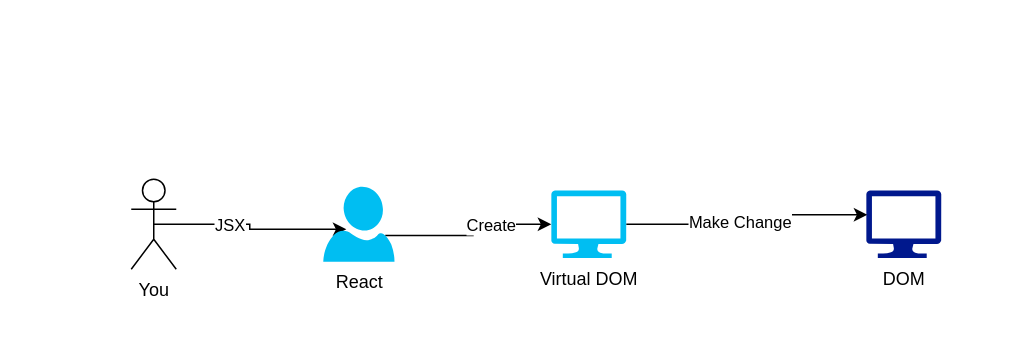
The draw.io diagram page "Page-1" (1 of 2) of Lecture/src/T15_react/diagram/react.drawio in nnnpooh/software-dev-2564-2, before the edit. Source tidied: cells renumbered, new cells numbered last; positions are measured from the earlier drawing's top-left corner, leaving out a move shared by most shapes. Both pictures are drawn from the tidied source at 150%, with x=0, y=0 at pixel (130, 178).
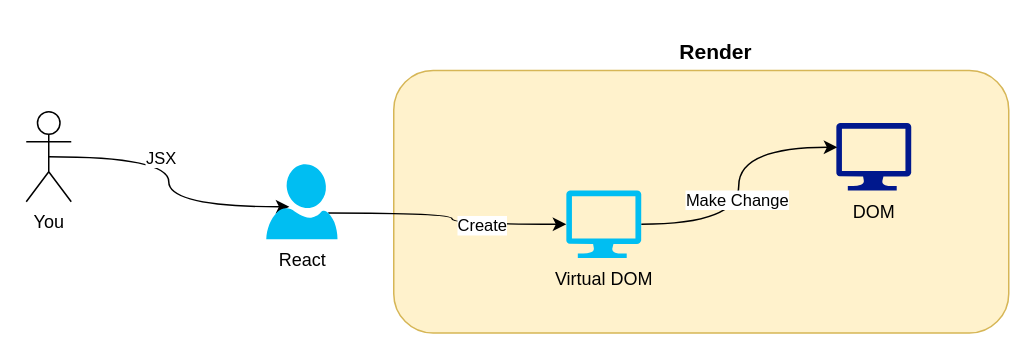
After the change.

Change to the diagram source:
```diff
@@
 <mxGraphModel>
   <root>
     <mxCell id="0" />
     <mxCell id="1" parent="0" />
+    <mxCell id="12" style="rounded=1;whiteSpace=wrap;html=1;fillColor=#fff2cc;strokeColor=#d6b656;" parent="1" vertex="1">
+      <mxGeometry x="175" y="-72.5" width="410" height="175" as="geometry" />
+    </mxCell>
-    <mxCell id="2" style="edgeStyle=orthogonalEdgeStyle;rounded=0;jettySize=auto;html=1;exitX=0.5;exitY=0.5;exitDx=0;exitDy=0;exitPerimeter=0;entryX=0.324;entryY=0.567;entryDx=0;entryDy=0;entryPerimeter=0;" parent="1" edge="1" source="4" target="8">
+    <mxCell id="2" style="rounded=0;jettySize=auto;html=1;exitX=0.5;exitY=0.5;exitDx=0;exitDy=0;exitPerimeter=0;entryX=0.324;entryY=0.567;entryDx=0;entryDy=0;entryPerimeter=0;strokeColor=default;edgeStyle=orthogonalEdgeStyle;curved=1;" parent="1" edge="1" source="4" target="8">
       <mxGeometry relative="1" as="geometry" />
     </mxCell>
     <mxCell id="3" value="JSX" style="edgeLabel;html=1;align=center;verticalAlign=middle;" parent="2" vertex="1">
       <mxGeometry x="-0.24" relative="1" as="geometry" />
     </mxCell>
     <mxCell id="4" value="You" style="shape=umlActor;verticalLabelPosition=bottom;verticalAlign=top;html=1;outlineConnect=0;" parent="1" vertex="1">
-      <mxGeometry width="30" height="60" as="geometry" />
+      <mxGeometry x="-70" y="-45" width="30" height="60" as="geometry" />
     </mxCell>
     <mxCell id="5" value="DOM&lt;br&gt;" style="sketch=0;shadow=0;dashed=0;html=1;strokeColor=none;labelPosition=center;verticalLabelPosition=bottom;verticalAlign=top;align=center;fillColor=#00188D;shape=mxgraph.azure.computer;" parent="1" vertex="1">
-      <mxGeometry x="490" y="7.5" width="50" height="45" as="geometry" />
+      <mxGeometry x="470" y="-37.5" width="50" height="45" as="geometry" />
     </mxCell>
-    <mxCell id="6" style="edgeStyle=orthogonalEdgeStyle;rounded=0;jettySize=auto;html=1;exitX=0.87;exitY=0.65;exitDx=0;exitDy=0;exitPerimeter=0;entryX=0;entryY=0.5;entryDx=0;entryDy=0;entryPerimeter=0;" parent="1" edge="1" source="8" target="11">
+    <mxCell id="6" style="edgeStyle=orthogonalEdgeStyle;rounded=0;jettySize=auto;html=1;exitX=0.87;exitY=0.65;exitDx=0;exitDy=0;exitPerimeter=0;entryX=0;entryY=0.5;entryDx=0;entryDy=0;entryPerimeter=0;curved=1;" parent="1" edge="1" source="8" target="11">
       <mxGeometry relative="1" as="geometry" />
     </mxCell>
     <mxCell id="7" value="Create" style="edgeLabel;html=1;align=center;verticalAlign=middle;" parent="6" vertex="1">
       <mxGeometry x="0.32" relative="1" as="geometry" />
     </mxCell>
     <mxCell id="8" value="React" style="verticalLabelPosition=bottom;html=1;verticalAlign=top;align=center;strokeColor=none;fillColor=#00BEF2;shape=mxgraph.azure.user;" parent="1" vertex="1">
-      <mxGeometry x="128" y="5" width="47.5" height="50" as="geometry" />
+      <mxGeometry x="90" y="-10" width="47.5" height="50" as="geometry" />
     </mxCell>
-    <mxCell id="9" style="edgeStyle=orthogonalEdgeStyle;rounded=0;jettySize=auto;html=1;exitX=1;exitY=0.5;exitDx=0;exitDy=0;exitPerimeter=0;entryX=0.014;entryY=0.359;entryDx=0;entryDy=0;entryPerimeter=0;" parent="1" edge="1" source="11" target="5">
+    <mxCell id="9" style="edgeStyle=orthogonalEdgeStyle;rounded=0;jettySize=auto;html=1;exitX=1;exitY=0.5;exitDx=0;exitDy=0;exitPerimeter=0;entryX=0.014;entryY=0.359;entryDx=0;entryDy=0;entryPerimeter=0;curved=1;" parent="1" edge="1" source="11" target="5">
       <mxGeometry relative="1" as="geometry" />
     </mxCell>
     <mxCell id="10" value="Make Change" style="edgeLabel;html=1;align=center;verticalAlign=middle;" parent="9" vertex="1">
       <mxGeometry x="-0.1" y="2" relative="1" as="geometry" />
     </mxCell>
     <mxCell id="11" value="Virtual DOM" style="verticalLabelPosition=bottom;html=1;verticalAlign=top;align=center;strokeColor=none;fillColor=#00BEF2;shape=mxgraph.azure.computer;" parent="1" vertex="1">
-      <mxGeometry x="280" y="7.5" width="50" height="45" as="geometry" />
+      <mxGeometry x="290" y="7.5" width="50" height="45" as="geometry" />
     </mxCell>
+    <mxCell id="13" value="&lt;h1 style=&quot;font-size: 14px;&quot;&gt;Render&lt;/h1&gt;" style="text;html=1;strokeColor=none;fillColor=none;spacing=5;spacingTop=-20;whiteSpace=wrap;overflow=hidden;rounded=0;align=center;fontSize=14;" parent="1" vertex="1">
+      <mxGeometry x="340" y="-92.5" width="100" height="20" as="geometry" />
+    </mxCell>
   </root>
 </mxGraphModel>
```
